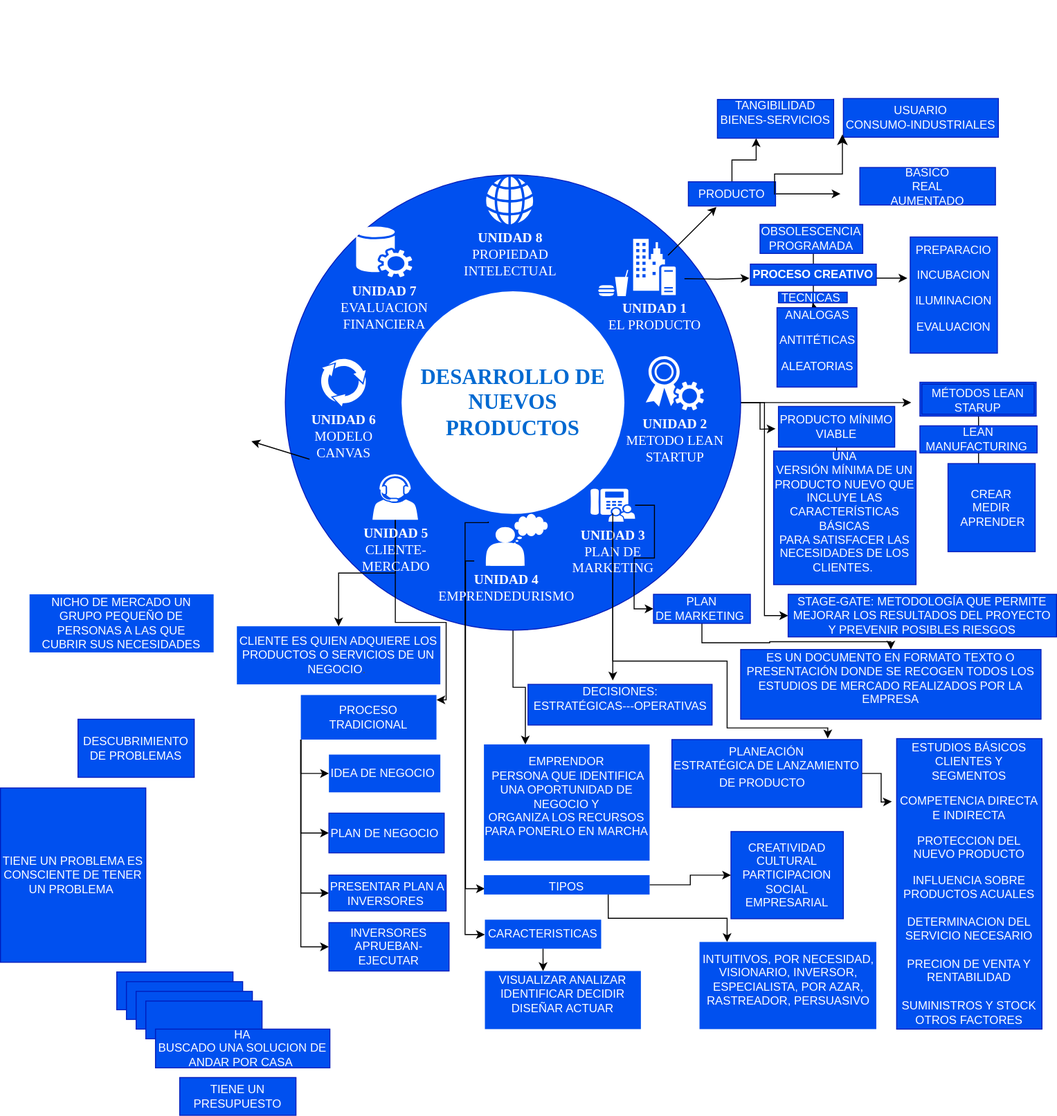
fapablo/sistemaescolar keeps this draw.io diagram as user/Diagrama sin título.drawio.svg. Above is the earlier version. Source tidied: cells renumbered, new cells last; positions are measured from the earlier drawing's top-left corner, leaving out a move shared by most shapes.
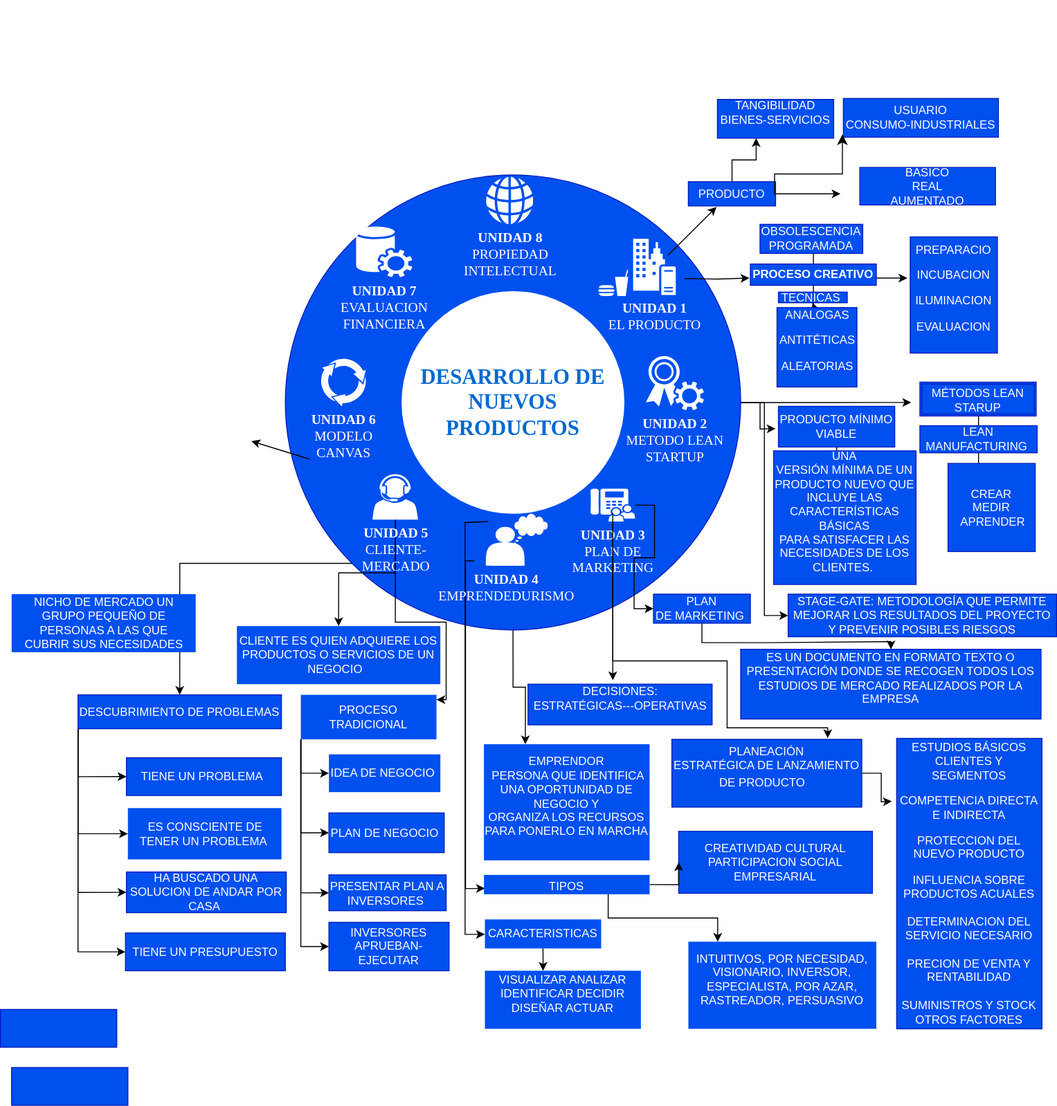
After the commit.

Diff of the diagram source:
```diff
@@ -18,6 +18,9 @@
     <mxCell id="5" style="edgeStyle=orthogonalEdgeStyle;rounded=0;jettySize=auto;html=1;entryX=0.25;entryY=0;entryDx=0;entryDy=0;" parent="1" edge="1" source="6" target="67">
       <mxGeometry relative="1" as="geometry" />
     </mxCell>
+    <mxCell id="91" style="edgeStyle=orthogonalEdgeStyle;rounded=0;jettySize=auto;html=1;exitX=0;exitY=1;exitDx=0;exitDy=0;entryX=0.5;entryY=0;entryDx=0;entryDy=0;" parent="1" edge="1" source="6" target="82">
+      <mxGeometry relative="1" as="geometry" />
+    </mxCell>
     <mxCell id="6" value="D" style="ellipse;whiteSpace=wrap;html=1;rounded=0;shadow=0;comic=0;strokeWidth=1;fontFamily=Verdana;fontSize=14;strokeColor=#001DBC;fillColor=#0050ef;fontColor=#ffffff;" parent="1" vertex="1">
       <mxGeometry x="294" y="180" width="470" height="470" as="geometry" />
     </mxCell>
@@ -256,7 +259,7 @@
       </mxGeometry>
     </mxCell>
     <mxCell id="63" value="&lt;p class=&quot;MsoNormal&quot;&gt;CREATIVIDAD CULTURAL PARTICIPACION SOCIAL EMPRESARIAL&lt;/p&gt;" style="rounded=0;whiteSpace=wrap;html=1;strokeColor=#001DBC;fillColor=#0050ef;fontColor=#ffffff;" parent="1" vertex="1">
-      <mxGeometry x="754" y="858" width="116" height="90" as="geometry" />
+      <mxGeometry x="700" y="858" width="200" height="64" as="geometry" />
     </mxCell>
     <mxCell id="64" style="edgeStyle=orthogonalEdgeStyle;rounded=0;jettySize=auto;html=1;exitX=1;exitY=0.5;exitDx=0;exitDy=0;entryX=0;entryY=0.5;entryDx=0;entryDy=0;" parent="1" edge="1" source="65" target="63">
       <mxGeometry relative="1" as="geometry" />
@@ -265,7 +268,7 @@
       <mxGeometry x="499" y="903" width="171" height="20" as="geometry" />
     </mxCell>
     <mxCell id="66" value="&lt;span style=&quot;background-color: initial;&quot;&gt;INTUITIVOS, POR NECESIDAD, VISIONARIO, INVERSOR, ESPECIALISTA, POR AZAR, RASTREADOR, PERSUASIVO&lt;/span&gt;&lt;br&gt;&lt;p class=&quot;MsoNormal&quot;&gt;&lt;/p&gt;" style="rounded=0;whiteSpace=wrap;html=1;fillColor=#0050ef;fontColor=#ffffff;strokeColor=none;" parent="1" vertex="1">
-      <mxGeometry x="721.5" y="972" width="182.5" height="90" as="geometry" />
+      <mxGeometry x="710" y="972" width="194" height="90" as="geometry" />
     </mxCell>
     <mxCell id="67" value="EMPRENDOR&lt;br&gt;&amp;nbsp;PERSONA QUE IDENTIFICA UNA OPORTUNIDAD DE NEGOCIO Y&lt;br&gt;ORGANIZA LOS RECURSOS PARA PONERLO EN MARCHA&lt;p class=&quot;MsoNormal&quot;&gt;&lt;/p&gt;" style="rounded=0;whiteSpace=wrap;html=1;fillColor=#0050ef;fontColor=#ffffff;strokeColor=none;" parent="1" vertex="1">
       <mxGeometry x="499" y="768" width="171" height="120" as="geometry" />
@@ -289,7 +292,7 @@
       <mxGeometry x="310" y="717" width="140" height="46" as="geometry" />
     </mxCell>
     <mxCell id="74" value="&lt;p class=&quot;MsoNormal&quot;&gt;NICHO DE MERCADO UN GRUPO PEQUEÑO DE PERSONAS A LAS QUE&lt;br/&gt;CUBRIR SUS NECESIDADES&lt;/p&gt;" style="rounded=0;whiteSpace=wrap;html=1;fillColor=#0050ef;fontColor=#ffffff;strokeColor=none;" parent="1" vertex="1">
-      <mxGeometry x="30" y="613" width="190" height="60" as="geometry" />
+      <mxGeometry x="11.5" y="613" width="190" height="60" as="geometry" />
     </mxCell>
     <mxCell id="75" value="&lt;p class=&quot;MsoNormal&quot;&gt;CLIENTE ES QUIEN ADQUIERE LOS&lt;br/&gt;PRODUCTOS O SERVICIOS DE UN NEGOCIO&lt;span style=&quot;color:#4D5156;&lt;br/&gt;background:white&quot;&gt;.&amp;nbsp;&lt;/span&gt;&lt;/p&gt;" style="rounded=0;whiteSpace=wrap;html=1;fillColor=#0050ef;fontColor=#ffffff;strokeColor=none;" parent="1" vertex="1">
       <mxGeometry x="244" y="646" width="210" height="60" as="geometry" />
@@ -307,13 +310,22 @@
       <mxGeometry relative="1" as="geometry" />
     </mxCell>
     <mxCell id="80" style="rounded=0;whiteSpace=wrap;html=1;strokeColor=#001DBC;fillColor=#0050ef;fontColor=#ffffff;" parent="1" vertex="1">
-      <mxGeometry x="120" y="1003" width="120" height="39" as="geometry" />
+      <mxGeometry y="1042" width="120" height="39" as="geometry" />
     </mxCell>
-    <mxCell id="81" value="&lt;p class=&quot;MsoNormal&quot;&gt;TIENE UN PROBLEMA ES CONSCIENTE DE TENER UN PROBLEMA&amp;nbsp;&lt;/p&gt;" style="rounded=0;whiteSpace=wrap;html=1;strokeColor=#001DBC;fillColor=#0050ef;fontColor=#ffffff;" parent="1" vertex="1">
-      <mxGeometry y="813" width="150" height="180" as="geometry" />
-    </mxCell>
+    <mxCell id="92" style="edgeStyle=orthogonalEdgeStyle;rounded=0;jettySize=auto;html=1;exitX=0;exitY=1;exitDx=0;exitDy=0;entryX=0;entryY=0.5;entryDx=0;entryDy=0;" parent="1" edge="1" source="82" target="88">
+      <mxGeometry relative="1" as="geometry" />
+    </mxCell>
+    <mxCell id="93" style="edgeStyle=orthogonalEdgeStyle;rounded=0;jettySize=auto;html=1;exitX=0;exitY=1;exitDx=0;exitDy=0;entryX=0;entryY=0.5;entryDx=0;entryDy=0;" parent="1" edge="1" source="82" target="87">
+      <mxGeometry relative="1" as="geometry" />
+    </mxCell>
+    <mxCell id="94" style="edgeStyle=orthogonalEdgeStyle;rounded=0;jettySize=auto;html=1;exitX=0;exitY=1;exitDx=0;exitDy=0;entryX=0;entryY=0.5;entryDx=0;entryDy=0;" parent="1" edge="1" source="82" target="89">
+      <mxGeometry relative="1" as="geometry" />
+    </mxCell>
+    <mxCell id="95" style="edgeStyle=orthogonalEdgeStyle;rounded=0;jettySize=auto;html=1;exitX=0;exitY=1;exitDx=0;exitDy=0;entryX=0;entryY=0.5;entryDx=0;entryDy=0;" parent="1" edge="1" source="82" target="90">
+      <mxGeometry relative="1" as="geometry" />
+    </mxCell>
     <mxCell id="82" value="&lt;p class=&quot;MsoNormal&quot;&gt;DESCUBRIMIENTO DE PROBLEMAS&lt;/p&gt;" style="rounded=0;whiteSpace=wrap;html=1;strokeColor=#001DBC;fillColor=#0050ef;fontColor=#ffffff;" parent="1" vertex="1">
-      <mxGeometry x="80" y="742" width="120" height="60" as="geometry" />
+      <mxGeometry x="80" y="717" width="210" height="35" as="geometry" />
     </mxCell>
     <mxCell id="83" value="INVERSORES APRUEBAN-EJECUTAR" style="rounded=0;whiteSpace=wrap;html=1;strokeColor=#001DBC;fillColor=#0050ef;fontColor=#ffffff;" parent="1" vertex="1">
       <mxGeometry x="339" y="952" width="124" height="50" as="geometry" />
@@ -325,19 +337,19 @@
       <mxGeometry x="339" y="839" width="119" height="41" as="geometry" />
     </mxCell>
     <mxCell id="86" style="rounded=0;whiteSpace=wrap;html=1;strokeColor=#001DBC;fillColor=#0050ef;fontColor=#ffffff;" parent="1" vertex="1">
-      <mxGeometry x="130" y="1013" width="120" height="39" as="geometry" />
+      <mxGeometry x="11.5" y="1102" width="120" height="39" as="geometry" />
     </mxCell>
-    <mxCell id="87" style="rounded=0;whiteSpace=wrap;html=1;strokeColor=#001DBC;fillColor=#0050ef;fontColor=#ffffff;" parent="1" vertex="1">
-      <mxGeometry x="140" y="1023" width="120" height="39" as="geometry" />
+    <mxCell id="87" value="TIENE UN PROBLEMA&amp;nbsp;" style="rounded=0;whiteSpace=wrap;html=1;strokeColor=#001DBC;fillColor=#0050ef;fontColor=#ffffff;" parent="1" vertex="1">
+      <mxGeometry x="130" y="782" width="160" height="39" as="geometry" />
     </mxCell>
-    <mxCell id="88" style="rounded=0;whiteSpace=wrap;html=1;strokeColor=#001DBC;fillColor=#0050ef;fontColor=#ffffff;" parent="1" vertex="1">
-      <mxGeometry x="150" y="1033" width="120" height="39" as="geometry" />
+    <mxCell id="88" value="ES CONSCIENTE DE TENER UN PROBLEMA&amp;nbsp;" style="rounded=0;whiteSpace=wrap;html=1;strokeColor=none;fillColor=#0050ef;fontColor=#ffffff;" parent="1" vertex="1">
+      <mxGeometry x="131.5" y="834" width="158.5" height="53" as="geometry" />
     </mxCell>
-    <mxCell id="89" value="HA&lt;br style=&quot;border-color: var(--border-color);&quot;&gt;BUSCADO UNA SOLUCION DE ANDAR POR CASA&amp;nbsp;" style="rounded=0;whiteSpace=wrap;html=1;strokeColor=#001DBC;fillColor=#0050ef;fontColor=#ffffff;" parent="1" vertex="1">
-      <mxGeometry x="160" y="1062" width="180" height="40" as="geometry" />
+    <mxCell id="89" value="HA BUSCADO UNA SOLUCION DE ANDAR POR CASA&amp;nbsp;" style="rounded=0;whiteSpace=wrap;html=1;strokeColor=#001DBC;fillColor=#0050ef;fontColor=#ffffff;" parent="1" vertex="1">
+      <mxGeometry x="130" y="900" width="165" height="42" as="geometry" />
     </mxCell>
     <mxCell id="90" value="TIENE UN PRESUPUESTO" style="rounded=0;whiteSpace=wrap;html=1;strokeColor=#001DBC;fillColor=#0050ef;fontColor=#ffffff;" parent="1" vertex="1">
-      <mxGeometry x="185" y="1112" width="120" height="39" as="geometry" />
+      <mxGeometry x="129" y="963" width="165" height="39" as="geometry" />
     </mxCell>
   </root>
 </mxGraphModel>
```
